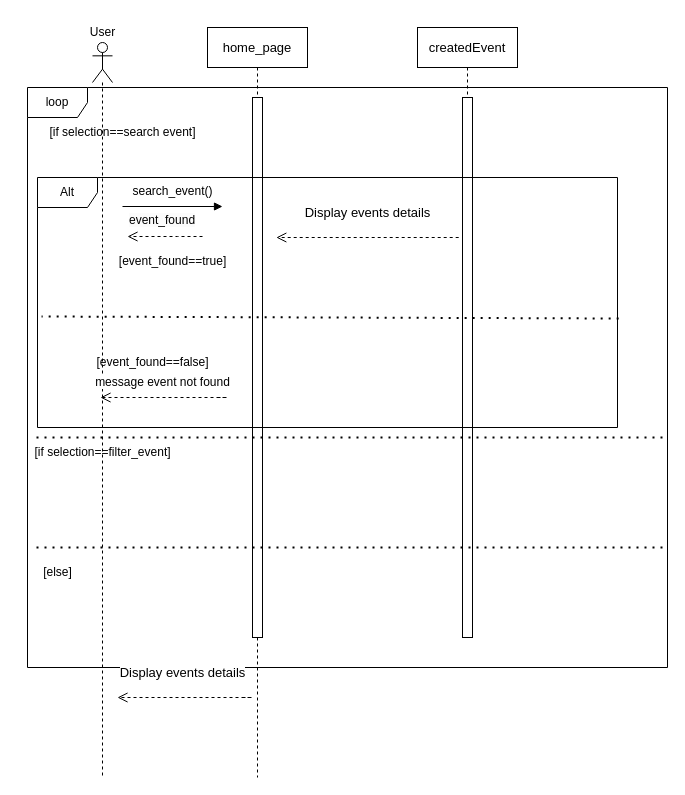
The draw.io diagram Sequence Diagram/showEvents.drawio.xml in NeoZi12/NeoAndLeon, before the edit. Source tidied: cells renumbered, new cells numbered last; positions are measured from the earlier drawing's top-left corner, leaving out a move shared by most shapes. Both pictures are drawn from the tidied source at 100%, with x=0, y=0 at pixel (22, 17).
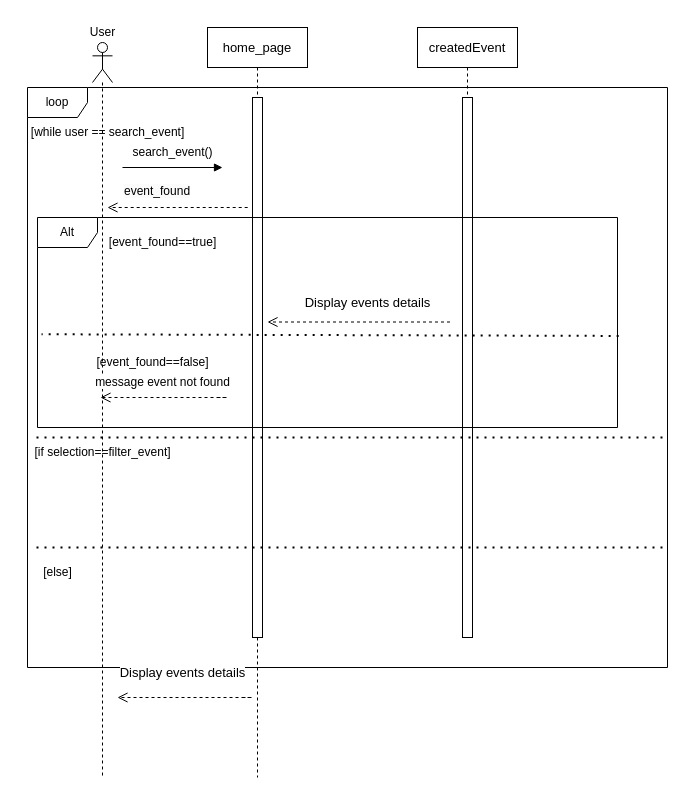
Above is the later version.

The edit, as a diff of the source:
```diff
@@
     <mxCell id="5" style="html=1;verticalAlign=bottom;endArrow=open;dashed=1;endSize=8;curved=0;rounded=0;fontSize=13;" parent="1" edge="1">
       <mxGeometry relative="1" as="geometry">
-        <mxPoint x="180" y="219" as="sourcePoint" />
-        <mxPoint x="105" y="219" as="targetPoint" />
+        <mxPoint x="225.2" y="190" as="sourcePoint" />
+        <mxPoint x="85" y="190" as="targetPoint" />
         <Array as="points">
-          <mxPoint x="155" y="219" />
+          <mxPoint x="150.2" y="190" />
         </Array>
       </mxGeometry>
     </mxCell>
@@
     <mxCell id="10" value="Alt" style="shape=umlFrame;whiteSpace=wrap;html=1;" parent="1" vertex="1">
-      <mxGeometry x="15" y="160" width="580" height="250" as="geometry" />
+      <mxGeometry x="15" y="200" width="580" height="210" as="geometry" />
     </mxCell>
     <mxCell id="11" value="[event_found==true]" style="text;html=1;align=center;verticalAlign=middle;strokeColor=none;fillColor=none;" parent="1" vertex="1">
-      <mxGeometry x="85" y="229" width="130" height="30" as="geometry" />
+      <mxGeometry x="75" y="210" width="130" height="30" as="geometry" />
     </mxCell>
@@
     <mxCell id="14" value="&lt;span style=&quot;background-color: rgb(255, 255, 255);&quot;&gt;Display events details&lt;/span&gt;" style="text;html=1;align=center;verticalAlign=middle;strokeColor=none;fillColor=none;fontSize=13;" parent="1" vertex="1">
-      <mxGeometry x="270" y="180" width="150" height="30" as="geometry" />
+      <mxGeometry x="270" y="270" width="150" height="30" as="geometry" />
     </mxCell>
     <mxCell id="15" style="html=1;verticalAlign=bottom;endArrow=open;dashed=1;endSize=8;curved=0;rounded=0;fontSize=13;" parent="1" edge="1">
       <mxGeometry x="-0.58" y="-10" relative="1" as="geometry">
-        <mxPoint x="436.2" y="220" as="sourcePoint" />
-        <mxPoint x="253.8" y="220" as="targetPoint" />
+        <mxPoint x="427.5" y="304.5" as="sourcePoint" />
+        <mxPoint x="245" y="304.5" as="targetPoint" />
         <Array as="points">
-          <mxPoint x="408.8" y="220" />
+          <mxPoint x="400" y="304.5" />
         </Array>
       </mxGeometry>
     </mxCell>
@@
     <mxCell id="18" value="search_event()" style="text;html=1;align=center;verticalAlign=middle;strokeColor=none;fillColor=none;" parent="1" vertex="1">
-      <mxGeometry x="100" y="159" width="100" height="30" as="geometry" />
+      <mxGeometry x="100" y="120" width="100" height="30" as="geometry" />
     </mxCell>
@@
     <mxCell id="21" style="html=1;verticalAlign=bottom;endArrow=block;curved=0;rounded=0;fontSize=13;" parent="1" edge="1">
       <mxGeometry x="0.14" y="80" relative="1" as="geometry">
-        <mxPoint x="100" y="189" as="sourcePoint" />
-        <mxPoint x="200" y="189" as="targetPoint" />
+        <mxPoint x="100" y="150" as="sourcePoint" />
+        <mxPoint x="200" y="150" as="targetPoint" />
       </mxGeometry>
     </mxCell>
@@
-    <mxCell id="23" value="[if selection==search event]" style="text;html=1;align=center;verticalAlign=middle;strokeColor=none;fillColor=none;" parent="1" vertex="1">
-      <mxGeometry x="15" y="100" width="170" height="30" as="geometry" />
+    <mxCell id="23" value="[while user == search_event]" style="text;html=1;align=center;verticalAlign=middle;strokeColor=none;fillColor=none;" parent="1" vertex="1">
+      <mxGeometry x="-5" y="100" width="180" height="30" as="geometry" />
     </mxCell>
@@
     <mxCell id="27" value="&lt;span style=&quot;color: rgb(0, 0, 0); font-family: Helvetica; font-size: 12px; font-style: normal; font-variant-ligatures: normal; font-variant-caps: normal; font-weight: 400; letter-spacing: normal; orphans: 2; text-align: center; text-indent: 0px; text-transform: none; widows: 2; word-spacing: 0px; -webkit-text-stroke-width: 0px; white-space: nowrap; background-color: rgb(251, 251, 251); text-decoration-thickness: initial; text-decoration-style: initial; text-decoration-color: initial; float: none; display: inline !important;&quot;&gt;event_found&lt;/span&gt;" style="text;whiteSpace=wrap;html=1;" parent="1" vertex="1">
-      <mxGeometry x="105" y="189" width="115" height="40" as="geometry" />
+      <mxGeometry x="100" y="160" width="135" height="20" as="geometry" />
     </mxCell>
```
